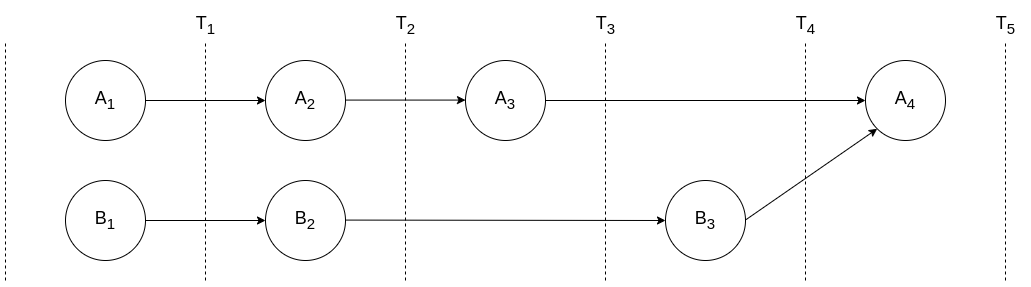
orbitdb-archive/orbit-db-nextgen keeps this draw.io diagram as docs/images/join-B-to-A-add-to-A.png. Above is the earlier version. Source tidied: cells renumbered, new cells last; positions are measured from the earlier drawing's top-left corner, leaving out a move shared by most shapes.
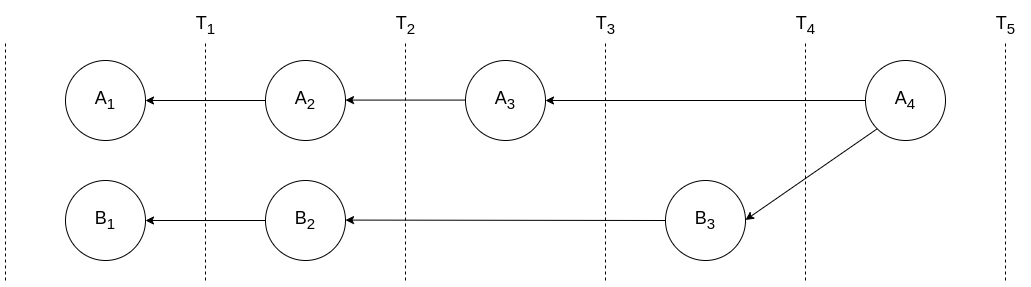
After the change.

Diff of the diagram source:
```diff
@@ -8,7 +8,7 @@
     <mxCell id="3" value="&lt;font style=&quot;font-size: 18px;&quot;&gt;B&lt;sub&gt;2&lt;/sub&gt;&lt;/font&gt;" style="ellipse;whiteSpace=wrap;html=1;" parent="1" vertex="1">
       <mxGeometry x="260" y="175" width="80" height="80" as="geometry" />
     </mxCell>
-    <mxCell id="4" style="endArrow=classic;html=1;rounded=0;exitX=1;exitY=0.5;exitDx=0;exitDy=0;entryX=0;entryY=0.5;entryDx=0;entryDy=0;" parent="1" edge="1" source="2" target="3">
+    <mxCell id="4" style="endArrow=classic;html=1;rounded=0;exitX=0;exitY=0.5;exitDx=0;exitDy=0;entryX=1;entryY=0.5;entryDx=0;entryDy=0;" parent="1" edge="1" source="3" target="2">
       <mxGeometry relative="1" as="geometry" />
     </mxCell>
     <mxCell id="5" style="endArrow=none;dashed=1;html=1;rounded=0;" parent="1" edge="1">
@@ -50,7 +50,7 @@
     <mxCell id="13" value="&lt;font style=&quot;font-size: 18px;&quot;&gt;A&lt;sub&gt;2&lt;/sub&gt;&lt;/font&gt;" style="ellipse;whiteSpace=wrap;html=1;" parent="1" vertex="1">
       <mxGeometry x="260" y="55" width="80" height="80" as="geometry" />
     </mxCell>
-    <mxCell id="14" style="endArrow=classic;html=1;rounded=0;exitX=1;exitY=0.5;exitDx=0;exitDy=0;entryX=0;entryY=0.5;entryDx=0;entryDy=0;" parent="1" edge="1" source="12" target="13">
+    <mxCell id="14" style="endArrow=classic;html=1;rounded=0;exitX=0;exitY=0.5;exitDx=0;exitDy=0;entryX=1;entryY=0.5;entryDx=0;entryDy=0;" parent="1" edge="1" source="13" target="12">
       <mxGeometry relative="1" as="geometry" />
     </mxCell>
     <mxCell id="15" value="&lt;font style=&quot;font-size: 18px;&quot;&gt;A&lt;sub&gt;3&lt;/sub&gt;&lt;/font&gt;" style="ellipse;whiteSpace=wrap;html=1;" parent="1" vertex="1">
@@ -58,8 +58,8 @@
     </mxCell>
     <mxCell id="16" style="endArrow=classic;html=1;rounded=0;exitX=1;exitY=0.5;exitDx=0;exitDy=0;entryX=0;entryY=0.5;entryDx=0;entryDy=0;" parent="1" edge="1">
       <mxGeometry relative="1" as="geometry">
-        <mxPoint x="340" y="94.6" as="sourcePoint" />
-        <mxPoint x="460" y="94.6" as="targetPoint" />
+        <mxPoint x="460" y="94.6" as="sourcePoint" />
+        <mxPoint x="340" y="94.6" as="targetPoint" />
       </mxGeometry>
     </mxCell>
     <mxCell id="17" style="endArrow=none;dashed=1;html=1;rounded=0;" parent="1" edge="1">
@@ -74,9 +74,9 @@
     <mxCell id="19" value="&lt;font style=&quot;font-size: 18px;&quot;&gt;B&lt;sub&gt;3&lt;/sub&gt;&lt;/font&gt;" style="ellipse;whiteSpace=wrap;html=1;" parent="1" vertex="1">
       <mxGeometry x="660" y="175" width="80" height="80" as="geometry" />
     </mxCell>
-    <mxCell id="20" style="endArrow=classic;html=1;rounded=0;exitX=1;exitY=0.5;exitDx=0;exitDy=0;entryX=0;entryY=0.5;entryDx=0;entryDy=0;" parent="1" edge="1" target="19">
+    <mxCell id="20" style="endArrow=classic;html=1;rounded=0;exitX=0;exitY=0.5;exitDx=0;exitDy=0;entryX=0;entryY=0.5;entryDx=0;entryDy=0;" parent="1" edge="1" source="19">
       <mxGeometry relative="1" as="geometry">
-        <mxPoint x="340" y="214.6" as="sourcePoint" />
+        <mxPoint x="340" y="214.6" as="targetPoint" />
       </mxGeometry>
     </mxCell>
     <mxCell id="21" style="endArrow=none;dashed=1;html=1;rounded=0;" parent="1" edge="1">
@@ -91,14 +91,14 @@
     <mxCell id="23" value="&lt;font style=&quot;font-size: 18px;&quot;&gt;A&lt;sub&gt;4&lt;/sub&gt;&lt;/font&gt;" style="ellipse;whiteSpace=wrap;html=1;" parent="1" vertex="1">
       <mxGeometry x="860" y="55" width="80" height="80" as="geometry" />
     </mxCell>
-    <mxCell id="24" style="endArrow=classic;html=1;rounded=0;entryX=0;entryY=0.5;entryDx=0;entryDy=0;" parent="1" edge="1" target="23">
+    <mxCell id="24" style="endArrow=classic;html=1;rounded=0;entryX=0;entryY=0.5;entryDx=0;entryDy=0;exitX=0;exitY=0.5;exitDx=0;exitDy=0;" parent="1" edge="1" source="23">
       <mxGeometry relative="1" as="geometry">
-        <mxPoint x="540" y="95" as="sourcePoint" />
+        <mxPoint x="540" y="95" as="targetPoint" />
       </mxGeometry>
     </mxCell>
-    <mxCell id="25" style="endArrow=classic;html=1;rounded=0;exitX=1;exitY=0.5;exitDx=0;exitDy=0;entryX=0;entryY=1;entryDx=0;entryDy=0;" parent="1" edge="1" target="23">
+    <mxCell id="25" style="endArrow=classic;html=1;rounded=0;exitX=0;exitY=1;exitDx=0;exitDy=0;entryX=0;entryY=1;entryDx=0;entryDy=0;" parent="1" edge="1" source="23">
       <mxGeometry relative="1" as="geometry">
-        <mxPoint x="740" y="214.5" as="sourcePoint" />
+        <mxPoint x="740" y="214.5" as="targetPoint" />
       </mxGeometry>
     </mxCell>
   </root>
```
